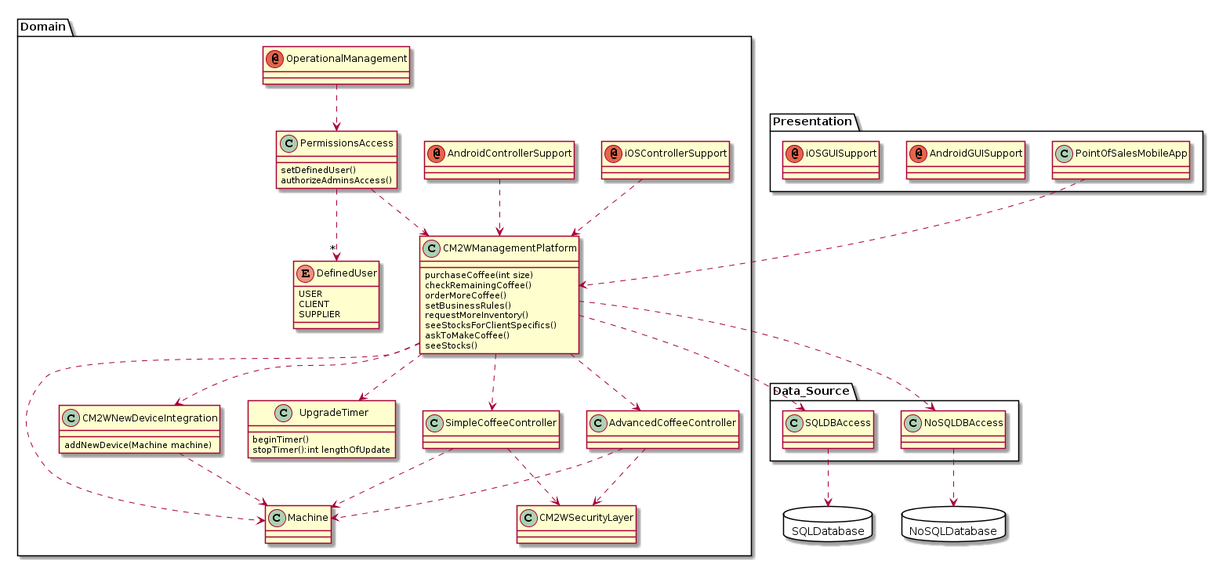
Above: docs/images/DomainModelMethods.png in dgruninger97/Project (PlantUML), before the change.
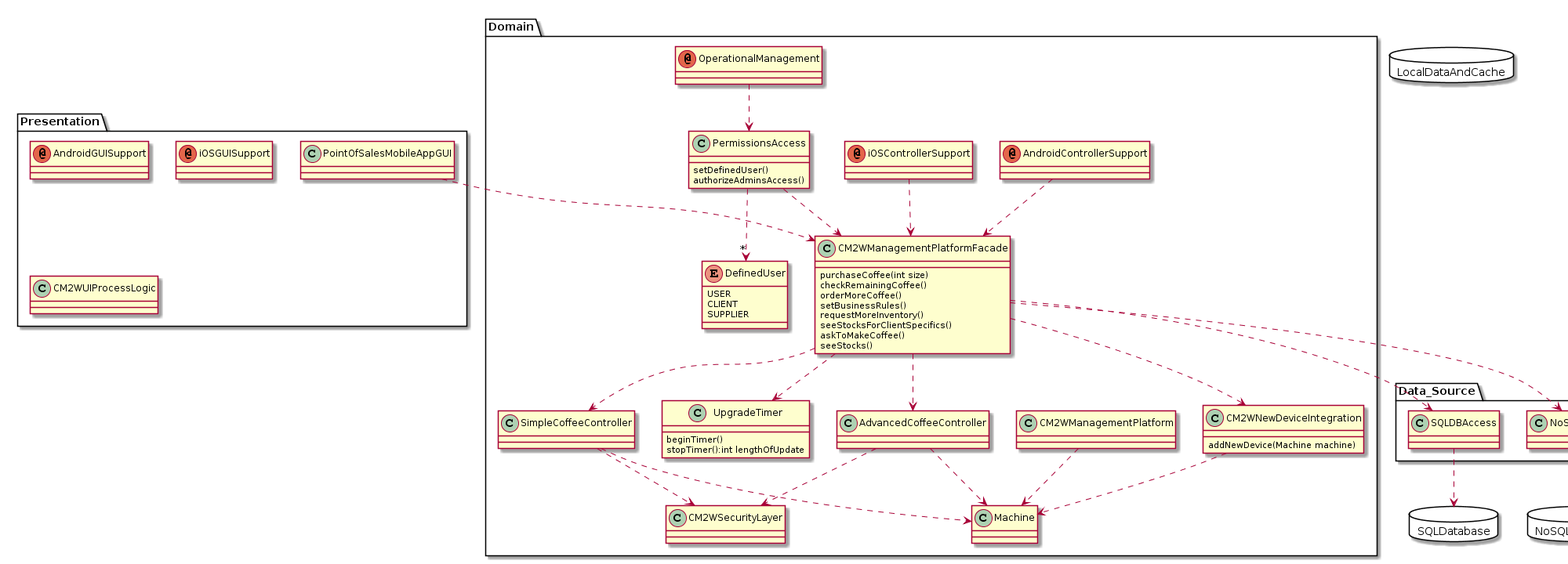
Later version of the same file.

Diff of the diagram source:
```diff
@@ -1,5 +1,5 @@
 @startuml
-class Presentation.PointOfSalesMobileApp{
+class Presentation.PointOfSalesMobileAppGUI{
 }
 annotation Presentation.AndroidGUISupport
 annotation Presentation.iOSGUISupport
@@ -11,7 +11,7 @@
 CLIENT
 SUPPLIER
 }
-class Domain.CM2WManagementPlatform{
+class Domain.CM2WManagementPlatformFacade{
 purchaseCoffee(int size)
 checkRemainingCoffee()
 orderMoreCoffee()
@@ -46,19 +46,23 @@
 setDefinedUser()
 authorizeAdminsAccess()
 }
+class Presentation.CM2WUIProcessLogic{
+}
+package LocalDataAndCache <<Database>>{
+}
 Domain.OperationalManagement ..> Domain.PermissionsAccess
-Domain.AndroidControllerSupport..> Domain.CM2WManagementPlatform
-Domain.iOSControllerSupport ..> Domain.CM2WManagementPlatform
-Presentation.PointOfSalesMobileApp ..> Domain.CM2WManagementPlatform
-Domain.CM2WManagementPlatform ..> Data_Source.SQLDBAccess
+Domain.AndroidControllerSupport..> Domain.CM2WManagementPlatformFacade
+Domain.iOSControllerSupport ..> Domain.CM2WManagementPlatformFacade
+Presentation.PointOfSalesMobileAppGUI ..> Domain.CM2WManagementPlatformFacade
+Domain.CM2WManagementPlatformFacade..> Data_Source.SQLDBAccess
 Domain.SimpleCoffeeController ..> Domain.CM2WSecurityLayer
 Domain.AdvancedCoffeeController ..> Domain.CM2WSecurityLayer
-Domain.CM2WManagementPlatform ..> Data_Source.NoSQLDBAccess
-Domain.CM2WManagementPlatform ..> Domain.UpgradeTimer
-Domain.CM2WManagementPlatform ..> Domain.CM2WNewDeviceIntegration
-Domain.CM2WManagementPlatform ..> Domain.SimpleCoffeeController
-Domain.CM2WManagementPlatform ..> Domain.AdvancedCoffeeController
-Domain.PermissionsAccess ..> Domain.CM2WManagementPlatform
+Domain.CM2WManagementPlatformFacade..> Data_Source.NoSQLDBAccess
+Domain.CM2WManagementPlatformFacade..> Domain.UpgradeTimer
+Domain.CM2WManagementPlatformFacade..> Domain.CM2WNewDeviceIntegration
+Domain.CM2WManagementPlatformFacade..> Domain.SimpleCoffeeController
+Domain.CM2WManagementPlatformFacade..> Domain.AdvancedCoffeeController
+Domain.PermissionsAccess ..> Domain.CM2WManagementPlatformFacade
 Domain.PermissionsAccess ..>"*" Domain.DefinedUser
 Data_Source.SQLDBAccess ..> SQLDatabase
 Data_Source.NoSQLDBAccess ..> NoSQLDatabase
```
